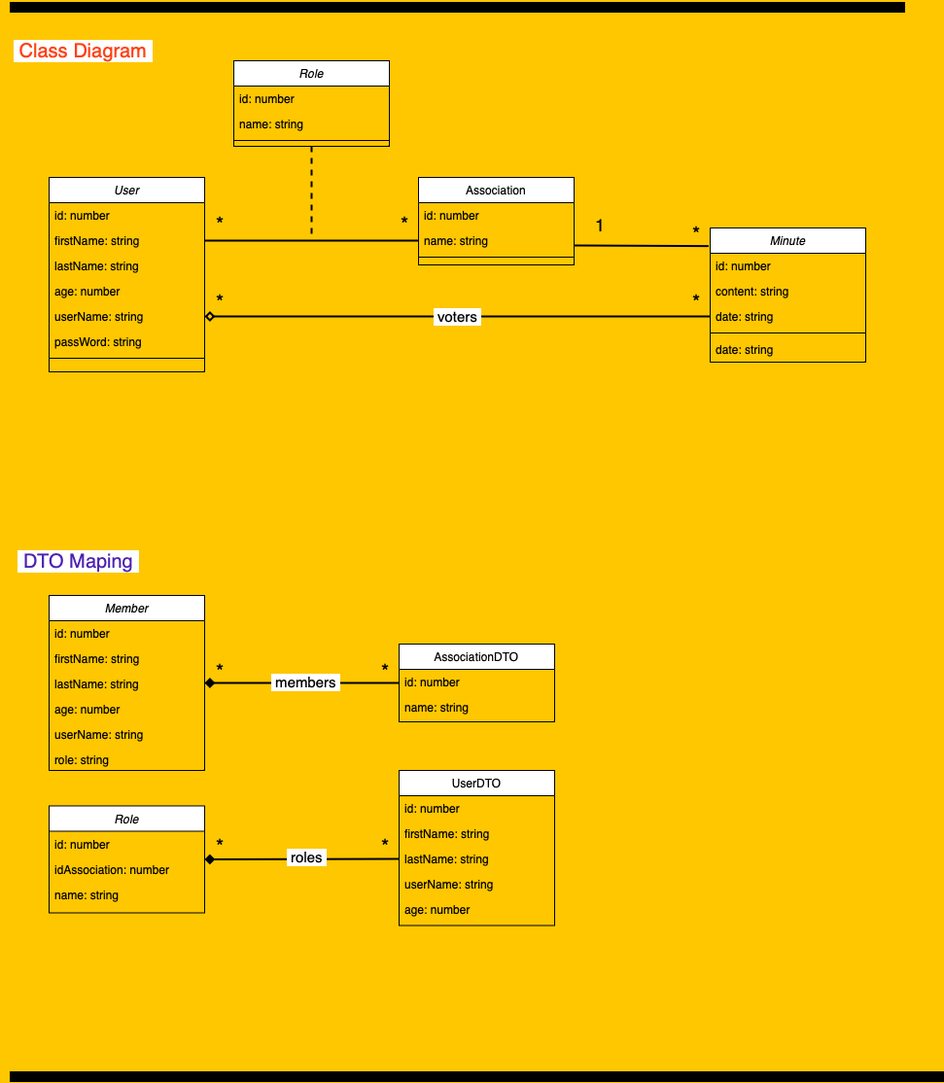
The draw.io diagram Classe Diagram.drawio.png in ZieAmara/fr-administration-api, before a commit. Source tidied: cells renumbered, new cells last; positions are measured from the earlier drawing's top-left corner, leaving out a move shared by most shapes.
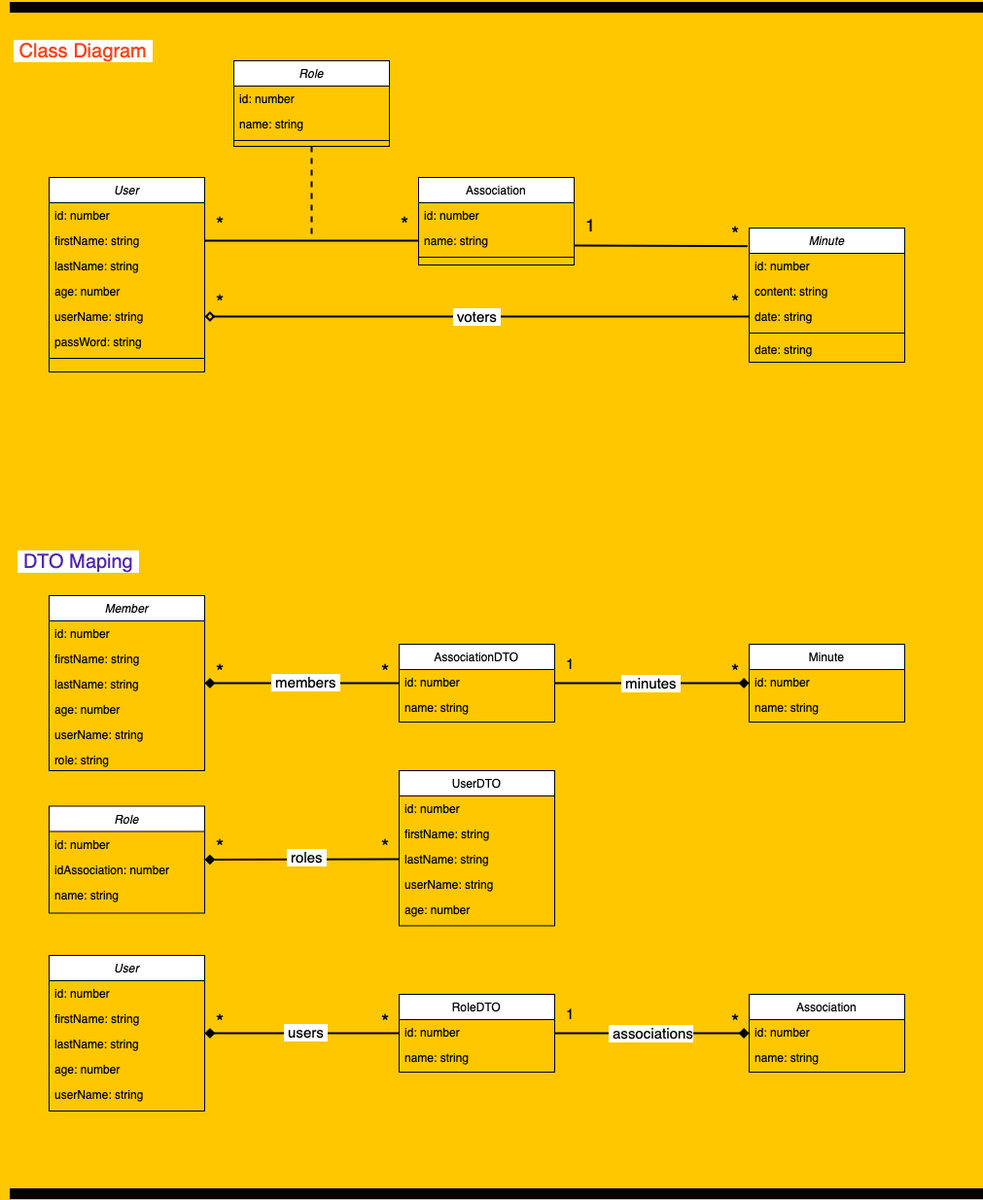
The same file after the commit.

Change to the diagram source:
```diff
@@ -55,12 +55,12 @@
     </mxCell>
     <mxCell id="17" value="*" style="align=left;verticalAlign=bottom;labelBackgroundColor=none;fontSize=21;" parent="14" vertex="1">
       <mxGeometry x="-1" relative="1" as="geometry">
-        <mxPoint x="500" y="5" as="offset" />
+        <mxPoint x="540" y="5" as="offset" />
       </mxGeometry>
     </mxCell>
     <mxCell id="18" value="1" style="align=left;verticalAlign=bottom;labelBackgroundColor=none;fontSize=18;" parent="14" vertex="1">
       <mxGeometry x="-1" relative="1" as="geometry">
-        <mxPoint x="400" y="-5" as="offset" />
+        <mxPoint x="390" y="-5" as="offset" />
       </mxGeometry>
     </mxCell>
     <mxCell id="19" value="*" style="align=left;verticalAlign=bottom;labelBackgroundColor=none;fontSize=21;" parent="14" vertex="1">
@@ -70,7 +70,7 @@
     </mxCell>
     <mxCell id="20" value="*" style="align=left;verticalAlign=bottom;labelBackgroundColor=none;fontSize=21;" parent="14" vertex="1">
       <mxGeometry x="-1" relative="1" as="geometry">
-        <mxPoint x="500" y="75" as="offset" />
+        <mxPoint x="540" y="75" as="offset" />
       </mxGeometry>
     </mxCell>
     <mxCell id="21" value="*" style="align=left;verticalAlign=bottom;labelBackgroundColor=none;fontSize=21;" parent="14" vertex="1">
@@ -93,6 +93,36 @@
         <mxPoint x="180" y="635" as="offset" />
       </mxGeometry>
     </mxCell>
+    <mxCell id="67" value="1" style="align=left;verticalAlign=bottom;labelBackgroundColor=none;fontSize=15;" parent="14" vertex="1">
+      <mxGeometry x="-1" relative="1" as="geometry">
+        <mxPoint x="370" y="445" as="offset" />
+      </mxGeometry>
+    </mxCell>
+    <mxCell id="68" value="*" style="align=left;verticalAlign=bottom;labelBackgroundColor=none;fontSize=21;" parent="14" vertex="1">
+      <mxGeometry x="-1" relative="1" as="geometry">
+        <mxPoint x="540" y="455" as="offset" />
+      </mxGeometry>
+    </mxCell>
+    <mxCell id="69" value="*" style="align=left;verticalAlign=bottom;labelBackgroundColor=none;fontSize=21;" parent="14" vertex="1">
+      <mxGeometry x="-1" relative="1" as="geometry">
+        <mxPoint x="10" y="815" as="offset" />
+      </mxGeometry>
+    </mxCell>
+    <mxCell id="70" value="*" style="align=left;verticalAlign=bottom;labelBackgroundColor=none;fontSize=21;" parent="14" vertex="1">
+      <mxGeometry x="-1" relative="1" as="geometry">
+        <mxPoint x="180" y="815" as="offset" />
+      </mxGeometry>
+    </mxCell>
+    <mxCell id="71" value="1" style="align=left;verticalAlign=bottom;labelBackgroundColor=none;fontSize=15;" parent="14" vertex="1">
+      <mxGeometry x="-1" relative="1" as="geometry">
+        <mxPoint x="370" y="805" as="offset" />
+      </mxGeometry>
+    </mxCell>
+    <mxCell id="72" value="*" style="align=left;verticalAlign=bottom;labelBackgroundColor=none;fontSize=21;" parent="14" vertex="1">
+      <mxGeometry x="-1" relative="1" as="geometry">
+        <mxPoint x="540" y="815" as="offset" />
+      </mxGeometry>
+    </mxCell>
     <mxCell id="25" style="rounded=0;jettySize=auto;html=1;dashed=1;endArrow=none;endFill=0;strokeWidth=2;" parent="1" edge="1" source="26">
       <mxGeometry relative="1" as="geometry">
         <mxPoint x="320" y="240" as="targetPoint" />
@@ -114,7 +144,7 @@
       <mxGeometry relative="1" as="geometry" />
     </mxCell>
     <mxCell id="31" value="Minute" style="swimlane;fontStyle=2;align=center;verticalAlign=top;horizontal=1;startSize=26;rounded=0;shadow=0;strokeWidth=1;" parent="1" vertex="1">
-      <mxGeometry x="730" y="232" width="160" height="138" as="geometry" />
+      <mxGeometry x="770" y="232" width="160" height="138" as="geometry" />
     </mxCell>
     <mxCell id="32" value="id: number" style="text;align=left;verticalAlign=top;spacingLeft=4;spacingRight=4;overflow=hidden;" parent="31" vertex="1">
       <mxGeometry y="26" width="160" height="26" as="geometry" />
@@ -164,6 +194,12 @@
     <mxCell id="47" value="role: string" style="text;align=left;verticalAlign=top;spacingLeft=4;spacingRight=4;overflow=hidden;" parent="41" vertex="1">
       <mxGeometry y="156" width="160" height="20" as="geometry" />
     </mxCell>
+    <mxCell id="73" style="edgeStyle=orthogonalEdgeStyle;rounded=0;jettySize=auto;html=1;strokeWidth=2;endArrow=diamond;endFill=1;" parent="1" edge="1" source="48" target="75">
+      <mxGeometry relative="1" as="geometry" />
+    </mxCell>
+    <mxCell id="74" value="&lt;font style=&quot;font-size: 15px;&quot;&gt;&amp;nbsp;minutes&amp;nbsp;&lt;/font&gt;" style="edgeLabel;html=1;align=center;verticalAlign=middle;" parent="73" vertex="1">
+      <mxGeometry x="-0.02" relative="1" as="geometry" />
+    </mxCell>
     <mxCell id="48" value="AssociationDTO" style="swimlane;fontStyle=0;align=center;verticalAlign=top;horizontal=1;startSize=26;rounded=0;shadow=0;strokeWidth=1;" parent="1" vertex="1">
       <mxGeometry x="410" y="660" width="160" height="80" as="geometry" />
     </mxCell>
@@ -180,10 +216,10 @@
       <mxGeometry x="-0.04" y="-1" relative="1" as="geometry" />
     </mxCell>
     <mxCell id="53" value="1" style="whiteSpace=wrap;html=1;fillColor=#000000;" parent="1" vertex="1">
-      <mxGeometry x="10" y="1100" width="960" height="10" as="geometry" />
+      <mxGeometry x="10" y="1220" width="1000" height="10" as="geometry" />
     </mxCell>
     <mxCell id="54" value="1" style="whiteSpace=wrap;html=1;fillColor=#000000;" parent="1" vertex="1">
-      <mxGeometry x="10" width="920" height="10" as="geometry" />
+      <mxGeometry x="10" width="1000" height="10" as="geometry" />
     </mxCell>
     <mxCell id="55" value="Role" style="swimlane;fontStyle=2;align=center;verticalAlign=top;horizontal=1;startSize=26;rounded=0;shadow=0;strokeWidth=1;" parent="1" vertex="1">
       <mxGeometry x="50" y="826.5" width="160" height="110" as="geometry" />
@@ -223,5 +259,62 @@
         <mxPoint x="2" y="-4" as="offset" />
       </mxGeometry>
     </mxCell>
+    <mxCell id="75" value="Minute" style="swimlane;fontStyle=0;align=center;verticalAlign=top;horizontal=1;startSize=26;rounded=0;shadow=0;strokeWidth=1;" parent="1" vertex="1">
+      <mxGeometry x="770" y="660" width="160" height="80" as="geometry" />
+    </mxCell>
+    <mxCell id="76" value="id: number" style="text;align=left;verticalAlign=top;spacingLeft=4;spacingRight=4;overflow=hidden;rounded=0;shadow=0;html=0;" parent="75" vertex="1">
+      <mxGeometry y="26" width="160" height="26" as="geometry" />
+    </mxCell>
+    <mxCell id="77" value="name: string" style="text;align=left;verticalAlign=top;spacingLeft=4;spacingRight=4;overflow=hidden;rounded=0;shadow=0;html=0;" parent="75" vertex="1">
+      <mxGeometry y="52" width="160" height="26" as="geometry" />
+    </mxCell>
+    <mxCell id="78" value="User" style="swimlane;fontStyle=2;align=center;verticalAlign=top;horizontal=1;startSize=26;rounded=0;shadow=0;strokeWidth=1;" parent="1" vertex="1">
+      <mxGeometry x="50" y="980" width="160" height="160" as="geometry" />
+    </mxCell>
+    <mxCell id="79" value="id: number" style="text;align=left;verticalAlign=top;spacingLeft=4;spacingRight=4;overflow=hidden;" parent="78" vertex="1">
+      <mxGeometry y="26" width="160" height="26" as="geometry" />
+    </mxCell>
+    <mxCell id="80" value="firstName: string" style="text;align=left;verticalAlign=top;spacingLeft=4;spacingRight=4;overflow=hidden;rounded=0;shadow=0;html=0;" parent="78" vertex="1">
+      <mxGeometry y="52" width="160" height="26" as="geometry" />
+    </mxCell>
+    <mxCell id="81" value="lastName: string" style="text;align=left;verticalAlign=top;spacingLeft=4;spacingRight=4;overflow=hidden;rounded=0;shadow=0;html=0;" parent="78" vertex="1">
+      <mxGeometry y="78" width="160" height="26" as="geometry" />
+    </mxCell>
+    <mxCell id="82" value="age: number" style="text;align=left;verticalAlign=top;spacingLeft=4;spacingRight=4;overflow=hidden;rounded=0;shadow=0;html=0;" parent="78" vertex="1">
+      <mxGeometry y="104" width="160" height="26" as="geometry" />
+    </mxCell>
+    <mxCell id="83" value="userName: string" style="text;align=left;verticalAlign=top;spacingLeft=4;spacingRight=4;overflow=hidden;" parent="78" vertex="1">
+      <mxGeometry y="130" width="160" height="26" as="geometry" />
+    </mxCell>
+    <mxCell id="84" style="edgeStyle=orthogonalEdgeStyle;rounded=0;jettySize=auto;html=1;strokeWidth=2;endArrow=diamond;endFill=1;" parent="1" edge="1" source="86" target="91">
+      <mxGeometry relative="1" as="geometry" />
+    </mxCell>
+    <mxCell id="85" value="&lt;span style=&quot;font-size: 15px;&quot;&gt;&amp;nbsp;associations&lt;/span&gt;" style="edgeLabel;html=1;align=center;verticalAlign=middle;" parent="84" vertex="1">
+      <mxGeometry x="-0.02" relative="1" as="geometry" />
+    </mxCell>
+    <mxCell id="86" value="RoleDTO" style="swimlane;fontStyle=0;align=center;verticalAlign=top;horizontal=1;startSize=26;rounded=0;shadow=0;strokeWidth=1;" parent="1" vertex="1">
+      <mxGeometry x="410" y="1020" width="160" height="80" as="geometry" />
+    </mxCell>
+    <mxCell id="87" value="id: number" style="text;align=left;verticalAlign=top;spacingLeft=4;spacingRight=4;overflow=hidden;rounded=0;shadow=0;html=0;" parent="86" vertex="1">
+      <mxGeometry y="26" width="160" height="26" as="geometry" />
+    </mxCell>
+    <mxCell id="88" value="name: string" style="text;align=left;verticalAlign=top;spacingLeft=4;spacingRight=4;overflow=hidden;rounded=0;shadow=0;html=0;" parent="86" vertex="1">
+      <mxGeometry y="52" width="160" height="26" as="geometry" />
+    </mxCell>
+    <mxCell id="89" style="rounded=0;jettySize=auto;html=1;endArrow=diamond;endFill=1;strokeWidth=2;entryX=1;entryY=0.5;entryDx=0;entryDy=0;exitX=0;exitY=0.5;exitDx=0;exitDy=0;" parent="1" edge="1" source="86" target="78">
+      <mxGeometry relative="1" as="geometry" />
+    </mxCell>
+    <mxCell id="90" value="&amp;nbsp;users&amp;nbsp;" style="edgeLabel;html=1;align=center;verticalAlign=middle;fontSize=15;" parent="89" vertex="1">
+      <mxGeometry x="-0.04" y="-1" relative="1" as="geometry" />
+    </mxCell>
+    <mxCell id="91" value="Association" style="swimlane;fontStyle=0;align=center;verticalAlign=top;horizontal=1;startSize=26;rounded=0;shadow=0;strokeWidth=1;" parent="1" vertex="1">
+      <mxGeometry x="770" y="1020" width="160" height="80" as="geometry" />
+    </mxCell>
+    <mxCell id="92" value="id: number" style="text;align=left;verticalAlign=top;spacingLeft=4;spacingRight=4;overflow=hidden;rounded=0;shadow=0;html=0;" parent="91" vertex="1">
+      <mxGeometry y="26" width="160" height="26" as="geometry" />
+    </mxCell>
+    <mxCell id="93" value="name: string" style="text;align=left;verticalAlign=top;spacingLeft=4;spacingRight=4;overflow=hidden;rounded=0;shadow=0;html=0;" parent="91" vertex="1">
+      <mxGeometry y="52" width="160" height="26" as="geometry" />
+    </mxCell>
   </root>
 </mxGraphModel>
```
